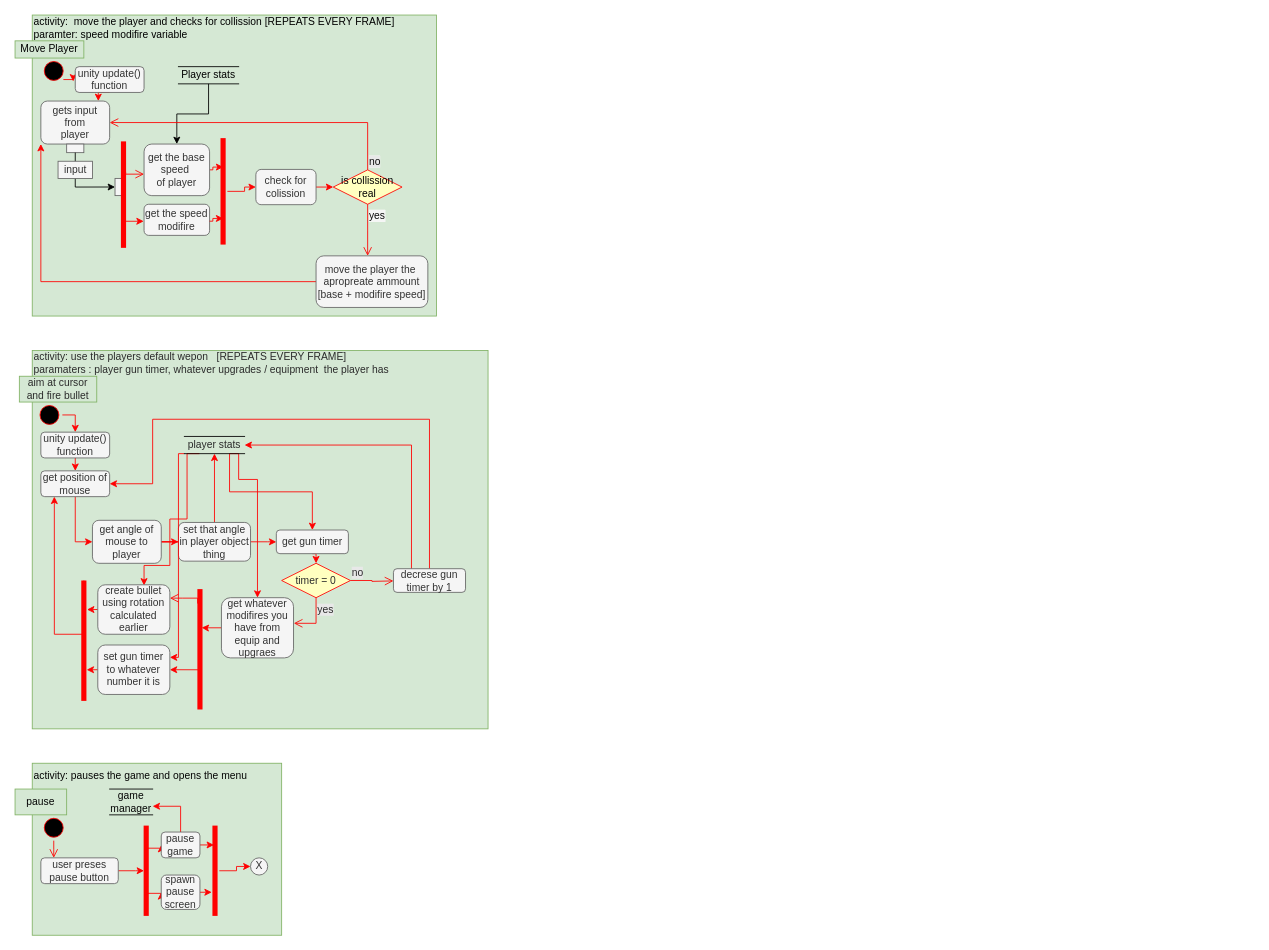
This is page "Player" (2 of 2) of Documentation files/activity diagram.drawio from Ulibomber1/Middlespace-Survivor, a draw.io file, before an edit. Source tidied: cells renumbered, new cells numbered last; positions are measured from the earlier drawing's top-left corner, leaving out a move shared by most shapes. Both pictures are drawn from the tidied source at 86%, with x=0, y=0 at pixel (15, 15).
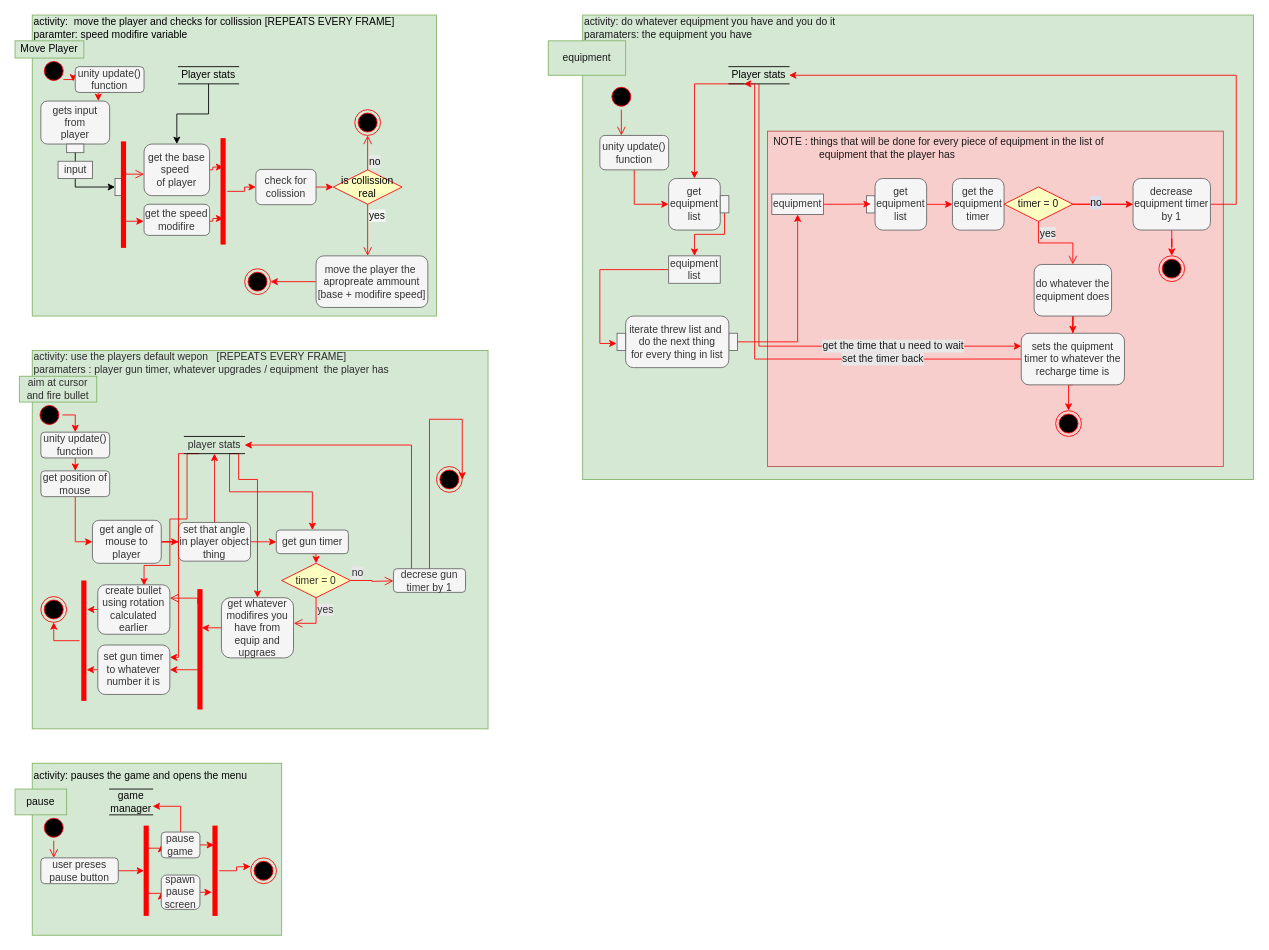
The same diagram, later.

Commit message (it also covers changes not shown here):
did the equipment thing

The change refers to these unchanged cells:
```xml
<mxCell id="7" value="gets input from&lt;br&gt;player" style="rounded=1;whiteSpace=wrap;html=1;strokeColor=#666666;fontSize=12;fontColor=#333333;fillColor=#f5f5f5;" parent="1" vertex="1">
  <mxGeometry x="30" y="100" width="80" height="50" as="geometry" />
</mxCell>
<mxCell id="26" value="is collission&lt;br&gt;real" style="rhombus;whiteSpace=wrap;html=1;fillColor=#ffffc0;strokeColor=#ff0000;fontSize=12;fontColor=#000000;" parent="1" vertex="1">
  <mxGeometry x="370" y="180" width="80" height="40" as="geometry" />
</mxCell>
<mxCell id="30" value="move the player the&amp;nbsp;&lt;br&gt;apropreate ammount&lt;br&gt;[base + modifire speed]" style="rounded=1;whiteSpace=wrap;html=1;strokeColor=#666666;fontSize=12;fontColor=#333333;fillColor=#f5f5f5;" parent="1" vertex="1">
  <mxGeometry x="350" y="280" width="130" height="60" as="geometry" />
</mxCell>
<mxCell id="36" value="get position of mouse" style="rounded=1;whiteSpace=wrap;html=1;strokeColor=#666666;fontSize=12;fontColor=#333333;fillColor=#f5f5f5;" parent="1" vertex="1">
  <mxGeometry x="30" y="530" width="80" height="30" as="geometry" />
</mxCell>
<mxCell id="54" value="decrese gun timer by 1" style="whiteSpace=wrap;html=1;fillColor=#f5f5f5;strokeColor=#666666;fontColor=#333333;rounded=1;" parent="1" vertex="1">
  <mxGeometry x="440" y="643.8" width="83.8" height="27.5" as="geometry" />
</mxCell>
<mxCell id="65" style="shape=line;html=1;strokeWidth=6;strokeColor=#ff0000;fontSize=12;fontColor=#2B2B2B;fillColor=#000000;rotation=90;" parent="1" vertex="1">
  <mxGeometry x="10" y="722.5" width="140" height="10" as="geometry" />
</mxCell>
<mxCell id="88" style="shape=line;html=1;strokeWidth=6;strokeColor=#ff0000;fontSize=12;fontColor=#050505;fillColor=#000000;rotation=-90;" parent="1" vertex="1">
  <mxGeometry x="180" y="990" width="105" height="10" as="geometry" />
</mxCell>
```

Diff of the diagram source:
```diff
@@
-    <mxCell id="27" value="&lt;font style=&quot;background-color: rgb(232, 232, 232);&quot; color=&quot;#0d0d0d&quot;&gt;no&lt;/font&gt;" style="edgeStyle=orthogonalEdgeStyle;html=1;align=left;verticalAlign=bottom;endArrow=open;endSize=8;strokeColor=#ff0000;rounded=0;fontSize=12;fontColor=#000000;entryX=1;entryY=0.5;entryDx=0;entryDy=0;" parent="1" edge="1" source="26" target="7">
-      <mxGeometry x="-1" relative="1" as="geometry">
-        <Array as="points">
-          <mxPoint x="410" y="125" />
-        </Array>
-      </mxGeometry>
+    <mxCell id="27" value="&lt;font style=&quot;background-color: rgb(232, 232, 232);&quot; color=&quot;#0d0d0d&quot;&gt;no&lt;/font&gt;" style="edgeStyle=orthogonalEdgeStyle;html=1;align=left;verticalAlign=bottom;endArrow=open;endSize=8;strokeColor=#ff0000;rounded=0;fontSize=12;fontColor=#000000;entryX=0.5;entryY=1;entryDx=0;entryDy=0;" parent="1" edge="1" source="26" target="96">
+      <mxGeometry x="-1" relative="1" as="geometry" />
     </mxCell>
@@
-    <mxCell id="29" style="edgeStyle=orthogonalEdgeStyle;rounded=0;jettySize=auto;html=1;exitX=0;exitY=0.5;exitDx=0;exitDy=0;entryX=0;entryY=1;entryDx=0;entryDy=0;labelBackgroundColor=#E8E8E8;strokeColor=#FF0000;fontSize=12;fontColor=#0D0D0D;" parent="1" edge="1" source="30" target="7">
-      <mxGeometry relative="1" as="geometry" />
-    </mxCell>
+    <mxCell id="90" style="edgeStyle=orthogonalEdgeStyle;rounded=0;jettySize=auto;html=1;exitX=0;exitY=0.5;exitDx=0;exitDy=0;entryX=1;entryY=0.5;entryDx=0;entryDy=0;labelBackgroundColor=#E8E8E8;strokeColor=#FF0000;fontSize=12;fontColor=#191919;" parent="1" edge="1" source="30" target="95">
+      <mxGeometry relative="1" as="geometry" />
+    </mxCell>
@@
-    <mxCell id="52" style="edgeStyle=orthogonalEdgeStyle;rounded=0;jettySize=auto;html=1;exitX=0.5;exitY=0;exitDx=0;exitDy=0;entryX=1;entryY=0.5;entryDx=0;entryDy=0;labelBackgroundColor=#E8E8E8;strokeColor=#FF0000;fontSize=12;fontColor=#2B2B2B;" parent="1" edge="1" source="54" target="36">
-      <mxGeometry relative="1" as="geometry">
-        <Array as="points">
-          <mxPoint x="482" y="470" />
-          <mxPoint x="160" y="470" />
-          <mxPoint x="160" y="545" />
-        </Array>
-      </mxGeometry>
-    </mxCell>
@@
-    <mxCell id="64" style="edgeStyle=orthogonalEdgeStyle;rounded=0;jettySize=auto;html=1;entryX=0.196;entryY=1;entryDx=0;entryDy=0;entryPerimeter=0;labelBackgroundColor=#E8E8E8;strokeColor=#FF0000;fontSize=12;fontColor=#2B2B2B;" parent="1" edge="1" source="65" target="36">
-      <mxGeometry relative="1" as="geometry">
-        <Array as="points">
-          <mxPoint x="80" y="720" />
-          <mxPoint x="46" y="720" />
-        </Array>
-      </mxGeometry>
-    </mxCell>
+    <mxCell id="91" style="edgeStyle=orthogonalEdgeStyle;rounded=0;jettySize=auto;html=1;entryX=0.5;entryY=1;entryDx=0;entryDy=0;labelBackgroundColor=#E8E8E8;strokeColor=#FF0000;fontSize=12;fontColor=#191919;startArrow=none;startFill=0;endArrow=classic;endFill=1;" parent="1" edge="1" source="65" target="99">
+      <mxGeometry relative="1" as="geometry" />
+    </mxCell>
@@
-    <mxCell id="87" style="edgeStyle=orthogonalEdgeStyle;rounded=0;jettySize=auto;html=1;labelBackgroundColor=#E8E8E8;strokeColor=#FF0000;fontSize=12;fontColor=#050505;" parent="1" edge="1" source="88" target="89">
-      <mxGeometry relative="1" as="geometry" />
+    <mxCell id="87" style="edgeStyle=orthogonalEdgeStyle;rounded=0;jettySize=auto;html=1;labelBackgroundColor=#E8E8E8;strokeColor=#FF0000;fontSize=12;fontColor=#050505;" parent="1" edge="1" source="88">
+      <mxGeometry relative="1" as="geometry">
+        <mxPoint x="273.8" y="990" as="targetPoint" />
+      </mxGeometry>
     </mxCell>
@@
-    <mxCell id="89" value="X" style="ellipse;whiteSpace=wrap;html=1;strokeColor=#666666;fontSize=12;fontColor=#333333;fillColor=#f5f5f5;" parent="1" vertex="1">
-      <mxGeometry x="273.8" y="980" width="20" height="20" as="geometry" />
-    </mxCell>
+    <mxCell id="92" style="rounded=0;whiteSpace=wrap;html=1;strokeColor=#82b366;fontSize=12;fillColor=#d5e8d4;" parent="1" vertex="1">
+      <mxGeometry x="660" width="780" height="540" as="geometry" />
+    </mxCell>
+    <mxCell id="93" value="&lt;font color=&quot;#191919&quot;&gt;equipment&lt;/font&gt;" style="rounded=0;whiteSpace=wrap;html=1;strokeColor=#82b366;fontSize=12;fillColor=#d5e8d4;" parent="1" vertex="1">
+      <mxGeometry x="620" y="30" width="90" height="40" as="geometry" />
+    </mxCell>
+    <mxCell id="94" value="activity: do whatever equipment you have and you do it&lt;br&gt;paramaters: the equipment you have" style="text;html=1;strokeColor=none;fillColor=none;align=left;verticalAlign=middle;whiteSpace=wrap;rounded=0;fontSize=12;fontColor=#191919;" parent="1" vertex="1">
+      <mxGeometry x="660" width="540" height="30" as="geometry" />
+    </mxCell>
+    <mxCell id="95" style="ellipse;html=1;shape=endState;fillColor=#000000;strokeColor=#ff0000;fontSize=12;fontColor=#191919;" parent="1" vertex="1">
+      <mxGeometry x="267" y="295" width="30" height="30" as="geometry" />
+    </mxCell>
+    <mxCell id="96" style="ellipse;html=1;shape=endState;fillColor=#000000;strokeColor=#ff0000;fontSize=12;fontColor=#191919;" parent="1" vertex="1">
+      <mxGeometry x="395" y="110" width="30" height="30" as="geometry" />
+    </mxCell>
+    <mxCell id="97" style="edgeStyle=orthogonalEdgeStyle;rounded=0;jettySize=auto;html=1;exitX=0.5;exitY=0;exitDx=0;exitDy=0;entryX=1;entryY=0.5;entryDx=0;entryDy=0;labelBackgroundColor=#E8E8E8;strokeColor=#FF0000;fontSize=12;fontColor=#2B2B2B;endArrow=classic;startArrow=none;startFill=0;endFill=1;" parent="1" edge="1" source="54" target="98">
+      <mxGeometry relative="1" as="geometry">
+        <Array as="points">
+          <mxPoint x="482" y="470" />
+        </Array>
+      </mxGeometry>
+    </mxCell>
+    <mxCell id="98" style="ellipse;html=1;shape=endState;fillColor=#000000;strokeColor=#ff0000;fontSize=12;fontColor=#191919;" parent="1" vertex="1">
+      <mxGeometry x="490" y="525" width="30" height="30" as="geometry" />
+    </mxCell>
+    <mxCell id="99" style="ellipse;html=1;shape=endState;fillColor=#000000;strokeColor=#ff0000;fontSize=12;fontColor=#191919;" parent="1" vertex="1">
+      <mxGeometry x="30" y="676.2" width="30" height="30" as="geometry" />
+    </mxCell>
+    <mxCell id="100" style="ellipse;html=1;shape=endState;fillColor=#000000;strokeColor=#ff0000;fontSize=12;fontColor=#191919;" parent="1" vertex="1">
+      <mxGeometry x="274" y="980" width="30" height="30" as="geometry" />
+    </mxCell>
+    <mxCell id="101" style="ellipse;html=1;shape=startState;fillColor=#000000;strokeColor=#ff0000;fontSize=12;fontColor=#191919;" parent="1" vertex="1">
+      <mxGeometry x="690" y="80" width="30" height="30" as="geometry" />
+    </mxCell>
+    <mxCell id="102" style="edgeStyle=orthogonalEdgeStyle;html=1;verticalAlign=bottom;endArrow=open;endSize=8;strokeColor=#ff0000;rounded=0;labelBackgroundColor=#E8E8E8;fontSize=12;fontColor=#191919;" parent="1" edge="1" source="101">
+      <mxGeometry relative="1" as="geometry">
+        <mxPoint x="705" y="140" as="targetPoint" />
+      </mxGeometry>
+    </mxCell>
+    <mxCell id="103" style="edgeStyle=orthogonalEdgeStyle;rounded=0;jettySize=auto;html=1;exitX=0.25;exitY=1;exitDx=0;exitDy=0;labelBackgroundColor=#E8E8E8;strokeColor=#FF0000;fontSize=12;fontColor=#191919;startArrow=none;startFill=0;endArrow=classic;endFill=1;" parent="1" edge="1" source="104" target="107">
+      <mxGeometry relative="1" as="geometry">
+        <Array as="points">
+          <mxPoint x="790" y="80" />
+        </Array>
+      </mxGeometry>
+    </mxCell>
+    <mxCell id="104" value="Player stats" style="shape=partialRectangle;whiteSpace=wrap;html=1;left=0;right=0;fillColor=none;strokeColor=#000000;fontSize=12;fontColor=#000000;" parent="1" vertex="1">
+      <mxGeometry x="830" y="60" width="70" height="20" as="geometry" />
+    </mxCell>
+    <mxCell id="105" style="edgeStyle=orthogonalEdgeStyle;rounded=0;jettySize=auto;html=1;exitX=0.5;exitY=1;exitDx=0;exitDy=0;entryX=0;entryY=0.5;entryDx=0;entryDy=0;labelBackgroundColor=#E8E8E8;strokeColor=#FF0000;fontSize=12;fontColor=#191919;startArrow=none;startFill=0;endArrow=classic;endFill=1;" parent="1" edge="1" source="106" target="107">
+      <mxGeometry relative="1" as="geometry">
+        <Array as="points">
+          <mxPoint x="720" y="220" />
+        </Array>
+      </mxGeometry>
+    </mxCell>
+    <mxCell id="106" value="unity update()&lt;br&gt;function" style="rounded=1;whiteSpace=wrap;html=1;strokeColor=#666666;fontSize=12;fontColor=#333333;fillColor=#f5f5f5;" parent="1" vertex="1">
+      <mxGeometry x="680" y="140" width="80" height="40" as="geometry" />
+    </mxCell>
+    <mxCell id="107" value="get equipment list" style="rounded=1;whiteSpace=wrap;html=1;strokeColor=#666666;fontSize=12;fontColor=#333333;fillColor=#f5f5f5;" parent="1" vertex="1">
+      <mxGeometry x="760" y="190" width="60" height="60" as="geometry" />
+    </mxCell>
+    <mxCell id="108" style="rounded=0;whiteSpace=wrap;html=1;strokeColor=#b85450;fontSize=12;fillColor=#f8cecc;" parent="1" vertex="1">
+      <mxGeometry x="875" y="135" width="530" height="390" as="geometry" />
+    </mxCell>
+    <mxCell id="109" style="edgeStyle=orthogonalEdgeStyle;rounded=0;jettySize=auto;html=1;labelBackgroundColor=#E8E8E8;strokeColor=#FF0000;fontSize=12;fontColor=#191919;startArrow=none;startFill=0;endArrow=classic;endFill=1;" parent="1" edge="1" source="110" target="113">
+      <mxGeometry relative="1" as="geometry" />
+    </mxCell>
+    <mxCell id="110" style="rounded=0;whiteSpace=wrap;html=1;strokeColor=#666666;fontSize=12;fontColor=#333333;fillColor=#f5f5f5;" parent="1" vertex="1">
+      <mxGeometry x="830" y="370" width="10" height="20" as="geometry" />
+    </mxCell>
+    <mxCell id="111" style="rounded=0;whiteSpace=wrap;html=1;strokeColor=#666666;fontSize=12;fontColor=#333333;fillColor=#f5f5f5;" parent="1" vertex="1">
+      <mxGeometry x="990" y="210.1" width="10" height="20" as="geometry" />
+    </mxCell>
+    <mxCell id="112" style="edgeStyle=orthogonalEdgeStyle;rounded=0;jettySize=auto;html=1;entryX=0.5;entryY=0.481;entryDx=0;entryDy=0;labelBackgroundColor=#E8E8E8;strokeColor=#FF0000;fontSize=12;fontColor=#191919;startArrow=none;startFill=0;endArrow=classic;endFill=1;entryPerimeter=0;" parent="1" edge="1" source="113" target="111">
+      <mxGeometry relative="1" as="geometry" />
+    </mxCell>
+    <mxCell id="113" value="equipment" style="rounded=0;whiteSpace=wrap;html=1;fillColor=#f5f5f5;strokeColor=#666666;fontColor=#333333;" parent="1" vertex="1">
+      <mxGeometry x="880" y="208.1" width="60" height="23.8" as="geometry" />
+    </mxCell>
+    <mxCell id="114" style="edgeStyle=orthogonalEdgeStyle;rounded=0;jettySize=auto;html=1;exitX=1;exitY=0.5;exitDx=0;exitDy=0;labelBackgroundColor=#E8E8E8;strokeColor=#FF0000;fontSize=12;fontColor=#191919;startArrow=none;startFill=0;endArrow=classic;endFill=1;entryX=0;entryY=0.5;entryDx=0;entryDy=0;" parent="1" edge="1" source="115" target="123">
+      <mxGeometry relative="1" as="geometry" />
+    </mxCell>
+    <mxCell id="115" value="get equipment list" style="rounded=1;whiteSpace=wrap;html=1;strokeColor=#666666;fontSize=12;fontColor=#333333;fillColor=#f5f5f5;" parent="1" vertex="1">
+      <mxGeometry x="1000" y="190.1" width="60" height="60" as="geometry" />
+    </mxCell>
+    <mxCell id="116" value="iterate threw list and&amp;nbsp;&lt;br&gt;do the next thing&lt;br&gt;for every thing in list" style="whiteSpace=wrap;html=1;fillColor=#f5f5f5;strokeColor=#666666;fontColor=#333333;rounded=1;" parent="1" vertex="1">
+      <mxGeometry x="710" y="350" width="120" height="60" as="geometry" />
+    </mxCell>
+    <mxCell id="117" style="edgeStyle=orthogonalEdgeStyle;rounded=0;jettySize=auto;html=1;labelBackgroundColor=#E8E8E8;strokeColor=#FF0000;fontSize=12;fontColor=#191919;startArrow=none;startFill=0;endArrow=classic;endFill=1;" parent="1" edge="1" source="118" target="138">
+      <mxGeometry relative="1" as="geometry" />
+    </mxCell>
+    <mxCell id="118" style="rounded=0;whiteSpace=wrap;html=1;strokeColor=#666666;fontSize=12;fontColor=#333333;fillColor=#f5f5f5;" parent="1" vertex="1">
+      <mxGeometry x="820" y="210" width="10" height="20" as="geometry" />
+    </mxCell>
+    <mxCell id="119" style="edgeStyle=orthogonalEdgeStyle;rounded=0;jettySize=auto;html=1;entryX=-0.064;entryY=0.594;entryDx=0;entryDy=0;labelBackgroundColor=#E8E8E8;strokeColor=#FF0000;fontSize=12;fontColor=#191919;startArrow=none;startFill=0;endArrow=classic;endFill=1;entryPerimeter=0;" parent="1" edge="1" source="138" target="120">
+      <mxGeometry relative="1" as="geometry" />
+    </mxCell>
+    <mxCell id="120" style="rounded=0;whiteSpace=wrap;html=1;strokeColor=#666666;fontSize=12;fontColor=#333333;fillColor=#f5f5f5;" parent="1" vertex="1">
+      <mxGeometry x="700" y="370" width="10" height="20" as="geometry" />
+    </mxCell>
+    <mxCell id="121" value="NOTE : things that will be done for every piece of equipment in the list of &lt;span style=&quot;white-space: pre;&quot;&gt;&#9;&lt;/span&gt;&lt;span style=&quot;white-space: pre;&quot;&gt;&#9;&lt;/span&gt;equipment that the player has" style="text;html=1;strokeColor=none;fillColor=none;align=left;verticalAlign=middle;whiteSpace=wrap;rounded=0;fontSize=12;fontColor=#191919;" parent="1" vertex="1">
+      <mxGeometry x="880" y="140" width="410" height="30" as="geometry" />
+    </mxCell>
+    <mxCell id="122" style="edgeStyle=orthogonalEdgeStyle;rounded=0;jettySize=auto;html=1;labelBackgroundColor=#E8E8E8;strokeColor=#FF0000;fontSize=12;fontColor=#191919;startArrow=none;startFill=0;endArrow=classic;endFill=1;" parent="1" edge="1" source="123">
+      <mxGeometry relative="1" as="geometry">
+        <mxPoint x="1370" y="220.1" as="targetPoint" />
+      </mxGeometry>
+    </mxCell>
+    <mxCell id="123" value="get the equipment timer" style="rounded=1;whiteSpace=wrap;html=1;strokeColor=#666666;fontSize=12;fontColor=#333333;fillColor=#f5f5f5;" parent="1" vertex="1">
+      <mxGeometry x="1090" y="190.1" width="60" height="60" as="geometry" />
+    </mxCell>
+    <mxCell id="124" style="edgeStyle=orthogonalEdgeStyle;rounded=0;jettySize=auto;html=1;labelBackgroundColor=#E8E8E8;strokeColor=#FF0000;fontSize=12;fontColor=#191919;startArrow=none;startFill=0;endArrow=classic;endFill=1;" parent="1" edge="1" source="126" target="130">
+      <mxGeometry relative="1" as="geometry" />
+    </mxCell>
+    <mxCell id="125" value="&lt;font color=&quot;#0d0d0d&quot;&gt;no&lt;/font&gt;" style="edgeLabel;html=1;align=center;verticalAlign=middle;fontSize=12;fontColor=#0F0F0F;labelBackgroundColor=#DADFED;" parent="124" vertex="1">
+      <mxGeometry x="-0.26" y="2" relative="1" as="geometry" />
+    </mxCell>
+    <mxCell id="126" value="timer = 0" style="rhombus;whiteSpace=wrap;html=1;fillColor=#ffffc0;strokeColor=#ff0000;fontSize=12;fontColor=#191919;" parent="1" vertex="1">
+      <mxGeometry x="1150" y="199.9" width="80" height="40" as="geometry" />
+    </mxCell>
+    <mxCell id="127" value="yes" style="edgeStyle=orthogonalEdgeStyle;html=1;align=left;verticalAlign=top;endArrow=open;endSize=8;strokeColor=#ff0000;rounded=0;labelBackgroundColor=#E8E8E8;fontSize=12;fontColor=#191919;entryX=0.5;entryY=0;entryDx=0;entryDy=0;" parent="1" edge="1" source="126" target="133">
+      <mxGeometry x="-1" relative="1" as="geometry" />
+    </mxCell>
+    <mxCell id="128" style="edgeStyle=orthogonalEdgeStyle;rounded=0;jettySize=auto;html=1;entryX=1;entryY=0.5;entryDx=0;entryDy=0;labelBackgroundColor=#E8E8E8;strokeColor=#FF0000;fontSize=12;fontColor=#191919;startArrow=none;startFill=0;endArrow=classic;endFill=1;" parent="1" edge="1" source="130" target="104">
+      <mxGeometry relative="1" as="geometry">
+        <Array as="points">
+          <mxPoint x="1420" y="220" />
+          <mxPoint x="1420" y="70" />
+        </Array>
+      </mxGeometry>
+    </mxCell>
+    <mxCell id="129" style="edgeStyle=orthogonalEdgeStyle;rounded=0;jettySize=auto;html=1;entryX=0.5;entryY=0;entryDx=0;entryDy=0;labelBackgroundColor=#E8E8E8;strokeColor=#FF0000;fontSize=12;fontColor=#191919;startArrow=none;startFill=0;endArrow=classic;endFill=1;" parent="1" edge="1" source="130" target="131">
+      <mxGeometry relative="1" as="geometry" />
+    </mxCell>
+    <mxCell id="130" value="decrease equipment timer by 1" style="rounded=1;whiteSpace=wrap;html=1;strokeColor=#666666;fontSize=12;fontColor=#333333;fillColor=#f5f5f5;" parent="1" vertex="1">
+      <mxGeometry x="1300" y="190" width="90" height="60" as="geometry" />
+    </mxCell>
+    <mxCell id="131" style="ellipse;html=1;shape=endState;fillColor=#000000;strokeColor=#ff0000;fontSize=12;fontColor=#191919;" parent="1" vertex="1">
+      <mxGeometry x="1330" y="279.9" width="30" height="30" as="geometry" />
+    </mxCell>
+    <mxCell id="132" style="edgeStyle=orthogonalEdgeStyle;rounded=0;jettySize=auto;html=1;labelBackgroundColor=#E8E8E8;strokeColor=#FF0000;fontSize=12;fontColor=#191919;startArrow=none;startFill=0;endArrow=classic;endFill=1;" parent="1" edge="1" source="133" target="136">
+      <mxGeometry relative="1" as="geometry" />
+    </mxCell>
+    <mxCell id="133" value="do whatever the equipment does" style="rounded=1;whiteSpace=wrap;html=1;strokeColor=#666666;fontSize=12;fontColor=#333333;fillColor=#f5f5f5;" parent="1" vertex="1">
+      <mxGeometry x="1185" y="290" width="90" height="60" as="geometry" />
+    </mxCell>
+    <mxCell id="134" value="set the timer back&lt;br&gt;" style="edgeStyle=orthogonalEdgeStyle;rounded=0;jettySize=auto;html=1;entryX=0.25;entryY=1;entryDx=0;entryDy=0;labelBackgroundColor=#E8E8E8;strokeColor=#FF0000;fontSize=12;fontColor=#191919;startArrow=none;startFill=0;endArrow=classic;endFill=1;" parent="1" edge="1" source="136" target="104">
+      <mxGeometry x="-0.5" relative="1" as="geometry">
+        <Array as="points">
+          <mxPoint x="860" y="400" />
+          <mxPoint x="860" y="80" />
+        </Array>
+      </mxGeometry>
+    </mxCell>
+    <mxCell id="135" style="edgeStyle=orthogonalEdgeStyle;rounded=0;jettySize=auto;html=1;exitX=0.5;exitY=1;exitDx=0;exitDy=0;entryX=0.5;entryY=0;entryDx=0;entryDy=0;labelBackgroundColor=#E8E8E8;strokeColor=#FF0000;fontSize=12;fontColor=#191919;startArrow=none;startFill=0;endArrow=classic;endFill=1;" parent="1" edge="1" source="136" target="139">
+      <mxGeometry relative="1" as="geometry" />
+    </mxCell>
+    <mxCell id="136" value="sets the quipment timer to whatever the recharge time is" style="whiteSpace=wrap;html=1;fillColor=#f5f5f5;strokeColor=#666666;fontColor=#333333;rounded=1;" parent="1" vertex="1">
+      <mxGeometry x="1170" y="370" width="120" height="60" as="geometry" />
+    </mxCell>
+    <mxCell id="137" value="get the time that u need to wait" style="edgeStyle=orthogonalEdgeStyle;rounded=0;jettySize=auto;html=1;exitX=0.5;exitY=1;exitDx=0;exitDy=0;entryX=0;entryY=0.25;entryDx=0;entryDy=0;labelBackgroundColor=#E8E8E8;strokeColor=#FF0000;fontSize=12;fontColor=#191919;startArrow=none;startFill=0;endArrow=classic;endFill=1;" parent="1" edge="1" source="104" target="136">
+      <mxGeometry x="0.51" relative="1" as="geometry" />
+    </mxCell>
+    <mxCell id="138" value="equipment&lt;br&gt;list" style="rounded=0;whiteSpace=wrap;html=1;fillColor=#f5f5f5;strokeColor=#666666;fontColor=#333333;" parent="1" vertex="1">
+      <mxGeometry x="760" y="280" width="60" height="31.9" as="geometry" />
+    </mxCell>
+    <mxCell id="139" style="ellipse;html=1;shape=endState;fillColor=#000000;strokeColor=#ff0000;fontSize=12;fontColor=#191919;" parent="1" vertex="1">
+      <mxGeometry x="1210" y="460" width="30" height="30" as="geometry" />
+    </mxCell>
```
